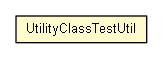
trajano/commons-testing keeps this Graphviz diagram as apidocs/net/trajano/commons/testing/UtilityClassTestUtil.png. Above is the earlier version. Its source is kept beside it as apidocs/net/trajano/commons/testing/UtilityClassTestUtil.dot. Its diagram source:
```dot

digraph G {
	edge [fontname="arial",fontsize=10,labelfontname="arial",labelfontsize=10];
	node [fontname="arial",fontsize=10,shape=plaintext];
	nodesep=0.25;
	ranksep=0.5;
	c29 [label=<<table title="net.trajano.commons.testing.UtilityClassTestUtil" border="0" cellborder="1" cellspacing="0" cellpadding="2" port="p" bgcolor="lemonChiffon" href="./UtilityClassTestUtil.html">
		<tr><td><table border="0" cellspacing="0" cellpadding="1">
<tr><td align="center" balign="center"> UtilityClassTestUtil </td></tr>
		</table></td></tr>
		</table>>, URL="./UtilityClassTestUtil.html", fontname="arial", fontcolor="black", fontsize=10.0];
}
```
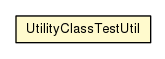
Above is the later version.

Diff of the diagram source:
```diff
@@ -1,12 +1,12 @@
 
 digraph G {
-	edge [fontname="arial",fontsize=10,labelfontname="arial",labelfontsize=10];
-	node [fontname="arial",fontsize=10,shape=plaintext];
+	edge [fontname="Helvetica",fontsize=10,labelfontname="Helvetica",labelfontsize=10];
+	node [fontname="Helvetica",fontsize=10,shape=plaintext];
 	nodesep=0.25;
 	ranksep=0.5;
 	c29 [label=<<table title="net.trajano.commons.testing.UtilityClassTestUtil" border="0" cellborder="1" cellspacing="0" cellpadding="2" port="p" bgcolor="lemonChiffon" href="./UtilityClassTestUtil.html">
 		<tr><td><table border="0" cellspacing="0" cellpadding="1">
 <tr><td align="center" balign="center"> UtilityClassTestUtil </td></tr>
 		</table></td></tr>
-		</table>>, URL="./UtilityClassTestUtil.html", fontname="arial", fontcolor="black", fontsize=10.0];
+		</table>>, URL="./UtilityClassTestUtil.html", fontname="Helvetica", fontcolor="black", fontsize=10.0];
 }
```
